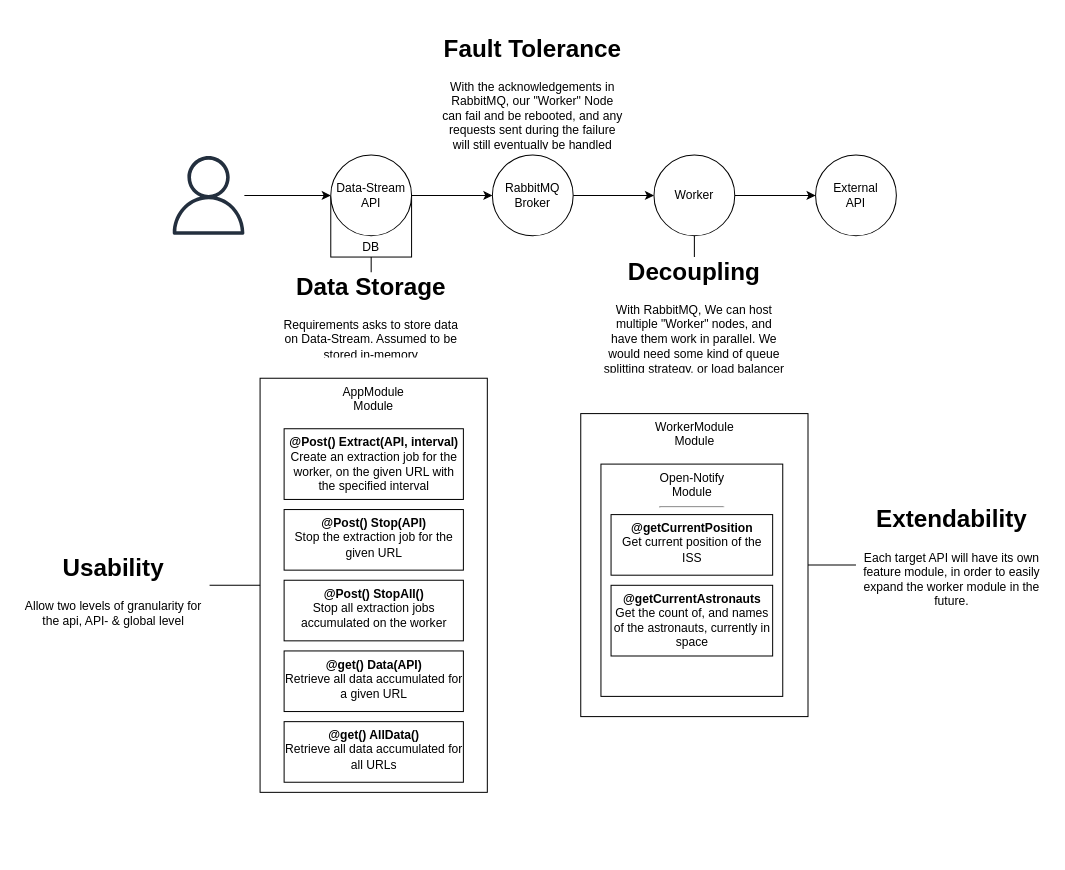
Earlier version of the draw.io diagram stucture.drawio (kasperhangard/coding-challenge). Source tidied: cells renumbered, new cells numbered last; positions are measured from the earlier drawing's top-left corner, leaving out a move shared by most shapes. Both pictures are drawn from the tidied source at 101%, with x=0, y=0 at pixel (17, 33).
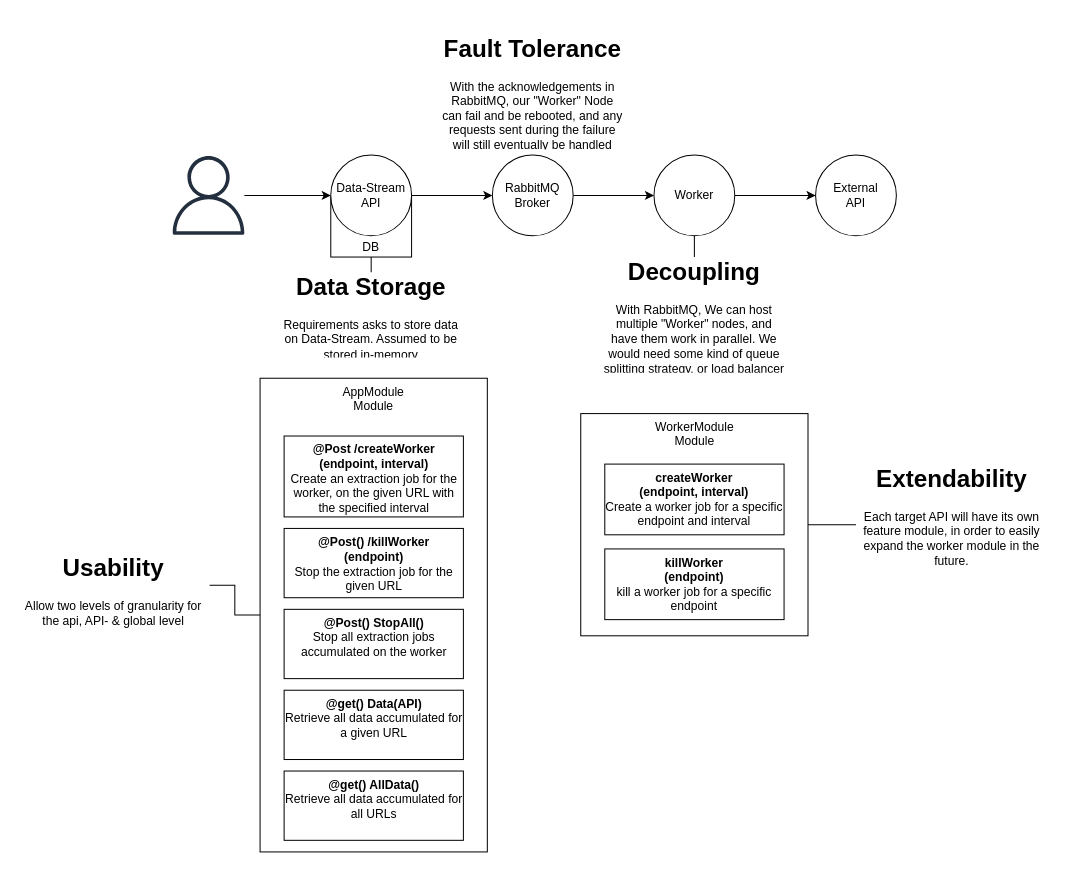
Above is the later version.

The change refers to these unchanged cells:
```xml
<mxCell id="26" style="group;" parent="1" vertex="1">
  <mxGeometry x="557.5" y="376" width="225" height="300" as="geometry" />
</mxCell>
```

What changed in the source:
```diff
@@
     <mxCell id="18" value="&lt;h1&gt;Extendability&lt;/h1&gt;&lt;p&gt;Each target API will have its own feature module, in order to easily expand the worker module in the future.&lt;/p&gt;" style="text;html=1;strokeColor=none;fillColor=none;spacing=5;spacingTop=-20;whiteSpace=wrap;overflow=hidden;rounded=0;verticalAlign=bottom;align=center;" parent="1" vertex="1">
-      <mxGeometry x="830" y="466" width="190" height="120" as="geometry" />
+      <mxGeometry x="830" y="426" width="190" height="120" as="geometry" />
     </mxCell>
     <mxCell id="19" style="group;" parent="1" vertex="1">
-      <mxGeometry x="240" y="341" width="225" height="410" as="geometry" />
+      <mxGeometry x="240" y="341" width="225" height="469" as="geometry" />
     </mxCell>
     <mxCell id="20" value="AppModule&lt;br&gt;Module" style="rounded=0;whiteSpace=wrap;html=1;verticalAlign=top;" parent="19" vertex="1">
-      <mxGeometry width="225" height="410" as="geometry" />
+      <mxGeometry width="225" height="469" as="geometry" />
     </mxCell>
-    <mxCell id="21" value="&lt;b&gt;@Post() Extract(API, interval)&lt;/b&gt;&lt;br&gt;Create an extraction job for the worker, on the given URL with the specified interval" style="rounded=0;whiteSpace=wrap;html=1;verticalAlign=top;" parent="19" vertex="1">
-      <mxGeometry x="23.8" y="50" width="177.5" height="70" as="geometry" />
+    <mxCell id="21" value="&lt;b&gt;@Post /createWorker&lt;br&gt;(endpoint, interval)&lt;/b&gt;&lt;br&gt;Create an extraction job for the worker, on the given URL with the specified interval" style="rounded=0;whiteSpace=wrap;html=1;verticalAlign=top;" parent="19" vertex="1">
+      <mxGeometry x="23.8" y="57.2" width="177.5" height="80.1" as="geometry" />
     </mxCell>
-    <mxCell id="22" value="&lt;b&gt;@Post() Stop(API)&lt;/b&gt;&lt;br&gt;Stop the extraction job for the given URL" style="rounded=0;whiteSpace=wrap;html=1;verticalAlign=top;" parent="19" vertex="1">
-      <mxGeometry x="23.8" y="130" width="177.5" height="60" as="geometry" />
+    <mxCell id="22" value="&lt;b&gt;@Post() /killWorker&lt;br&gt;(endpoint)&lt;/b&gt;&lt;br&gt;Stop the extraction job for the given URL" style="rounded=0;whiteSpace=wrap;html=1;verticalAlign=top;" parent="19" vertex="1">
+      <mxGeometry x="23.8" y="148.7" width="177.5" height="68.6" as="geometry" />
     </mxCell>
     <mxCell id="23" value="&lt;b&gt;@Post() StopAll()&lt;/b&gt;&lt;br&gt;Stop all extraction jobs accumulated on the worker" style="rounded=0;whiteSpace=wrap;html=1;verticalAlign=top;" parent="19" vertex="1">
-      <mxGeometry x="23.8" y="200" width="177.5" height="60" as="geometry" />
+      <mxGeometry x="23.8" y="228.8" width="177.5" height="68.6" as="geometry" />
     </mxCell>
     <mxCell id="24" value="&lt;b&gt;@get() Data(API)&lt;/b&gt;&lt;br&gt;Retrieve all data accumulated for a given URL" style="rounded=0;whiteSpace=wrap;html=1;verticalAlign=top;" parent="19" vertex="1">
-      <mxGeometry x="23.8" y="270" width="177.5" height="60" as="geometry" />
+      <mxGeometry x="23.8" y="308.9" width="177.5" height="68.6" as="geometry" />
     </mxCell>
     <mxCell id="25" value="&lt;b&gt;@get() AllData()&lt;/b&gt;&lt;br&gt;Retrieve all data accumulated for all URLs" style="rounded=0;whiteSpace=wrap;html=1;verticalAlign=top;" parent="19" vertex="1">
-      <mxGeometry x="23.8" y="340" width="177.5" height="60" as="geometry" />
+      <mxGeometry x="23.8" y="388.9" width="177.5" height="68.6" as="geometry" />
     </mxCell>
@@
     <mxCell id="27" value="WorkerModule&lt;br&gt;Module" style="rounded=0;whiteSpace=wrap;html=1;verticalAlign=top;" parent="26" vertex="1">
-      <mxGeometry width="225" height="300" as="geometry" />
+      <mxGeometry width="225" height="220" as="geometry" />
     </mxCell>
-    <mxCell id="28" style="group;" parent="26" vertex="1">
-      <mxGeometry x="20" y="50" width="180" height="230" as="geometry" />
-    </mxCell>
-    <mxCell id="29" value="Open-Notify&lt;br&gt;Module&lt;hr&gt;" style="rounded=0;whiteSpace=wrap;html=1;verticalAlign=top;" parent="28" vertex="1">
-      <mxGeometry width="180" height="230" as="geometry" />
-    </mxCell>
-    <mxCell id="30" value="&lt;b&gt;@getCurrentPosition&lt;/b&gt;&lt;br&gt;Get current position of the ISS" style="rounded=0;whiteSpace=wrap;html=1;verticalAlign=top;" parent="28" vertex="1">
-      <mxGeometry x="10" y="50" width="160" height="60" as="geometry" />
-    </mxCell>
-    <mxCell id="31" value="&lt;b&gt;@getCurrentAstronauts&lt;/b&gt;&lt;br&gt;Get the count of, and names of the astronauts, currently in space" style="rounded=0;whiteSpace=wrap;html=1;verticalAlign=top;" parent="28" vertex="1">
-      <mxGeometry x="10" y="120" width="160" height="70" as="geometry" />
-    </mxCell>
+    <mxCell id="34" value="&lt;b&gt;createWorker&lt;br&gt;(endpoint, interval)&lt;/b&gt;&lt;br&gt;Create a worker job for a specific endpoint and interval" style="rounded=0;whiteSpace=wrap;html=1;verticalAlign=top;" parent="26" vertex="1">
+      <mxGeometry x="23.8" y="50" width="177.5" height="70" as="geometry" />
+    </mxCell>
+    <mxCell id="35" value="&lt;b&gt;killWorker&lt;br&gt;(endpoint)&lt;/b&gt;&lt;br&gt;kill a worker job for a specific endpoint" style="rounded=0;whiteSpace=wrap;html=1;verticalAlign=top;" parent="26" vertex="1">
+      <mxGeometry x="23.8" y="134" width="177.5" height="70" as="geometry" />
+    </mxCell>
```
